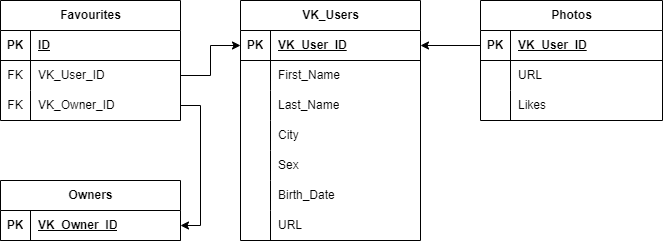
Before: PYnder DB.png, a diagram exported from draw.io (Stimul88/PYnder). Source tidied: cells renumbered, new cells last; positions are measured from the earlier drawing's top-left corner, leaving out a move shared by most shapes.
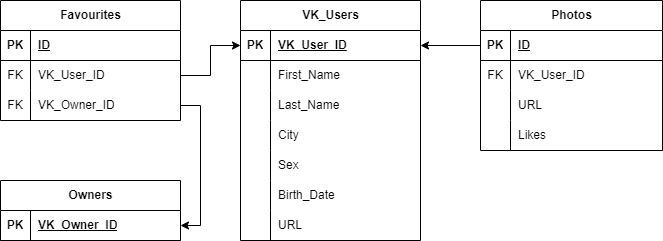
After the commit.

The edit, as a diff of the source:
```diff
@@ -69,7 +69,7 @@
       <mxGeometry x="30" width="150" height="30" as="geometry" />
     </mxCell>
     <mxCell id="24" value="Photos" style="shape=table;startSize=30;rowLines=0;fontStyle=1;align=center;html=1;" parent="1" vertex="1">
-      <mxGeometry x="480" width="182" height="120" as="geometry" />
+      <mxGeometry x="480" width="182" height="150" as="geometry" />
     </mxCell>
     <mxCell id="25" style="shape=tableRow;horizontal=0;startSize=0;swimlaneHead=0;swimlaneBody=0;fillColor=none;points=[[0,0.5],[1,0.5]];portConstraint=eastwest;top=0;left=0;right=0;bottom=1;" parent="24" vertex="1">
       <mxGeometry y="30" width="182" height="30" as="geometry" />
@@ -77,11 +77,20 @@
     <mxCell id="26" value="PK" style="shape=partialRectangle;fillColor=none;top=0;left=0;bottom=0;right=0;fontStyle=1;overflow=hidden;whiteSpace=wrap;html=1;" parent="25" vertex="1">
       <mxGeometry width="30" height="30" as="geometry" />
     </mxCell>
-    <mxCell id="27" value="VK_User_ID" style="shape=partialRectangle;fillColor=none;top=0;left=0;bottom=0;right=0;align=left;spacingLeft=6;fontStyle=5;overflow=hidden;whiteSpace=wrap;html=1;" parent="25" vertex="1">
+    <mxCell id="27" value="ID" style="shape=partialRectangle;fillColor=none;top=0;left=0;bottom=0;right=0;align=left;spacingLeft=6;fontStyle=5;overflow=hidden;whiteSpace=wrap;html=1;" parent="25" vertex="1">
       <mxGeometry x="30" width="152" height="30" as="geometry" />
     </mxCell>
+    <mxCell id="51" style="shape=tableRow;horizontal=0;startSize=0;swimlaneHead=0;swimlaneBody=0;fillColor=none;top=0;left=0;right=0;bottom=0;" parent="24" vertex="1">
+      <mxGeometry y="60" width="182" height="30" as="geometry" />
+    </mxCell>
+    <mxCell id="52" value="FK" style="shape=partialRectangle;fillColor=none;top=0;left=0;bottom=0;right=0;overflow=hidden;whiteSpace=wrap;html=1;" parent="51" vertex="1">
+      <mxGeometry width="30" height="30" as="geometry" />
+    </mxCell>
+    <mxCell id="53" value="VK_User_ID" style="shape=partialRectangle;fillColor=none;top=0;left=0;bottom=0;right=0;align=left;spacingLeft=6;overflow=hidden;whiteSpace=wrap;html=1;" parent="51" vertex="1">
+      <mxGeometry x="30" width="152" height="30" as="geometry" />
+    </mxCell>
     <mxCell id="28" style="shape=tableRow;horizontal=0;startSize=0;swimlaneHead=0;swimlaneBody=0;fillColor=none;top=0;left=0;right=0;bottom=0;" parent="24" vertex="1">
-      <mxGeometry y="60" width="182" height="30" as="geometry" />
+      <mxGeometry y="90" width="182" height="30" as="geometry" />
     </mxCell>
     <mxCell id="29" style="shape=partialRectangle;fillColor=none;top=0;left=0;bottom=0;right=0;overflow=hidden;whiteSpace=wrap;html=1;" parent="28" vertex="1">
       <mxGeometry width="30" height="30" as="geometry" />
@@ -90,7 +99,7 @@
       <mxGeometry x="30" width="152" height="30" as="geometry" />
     </mxCell>
     <mxCell id="31" style="shape=tableRow;horizontal=0;startSize=0;swimlaneHead=0;swimlaneBody=0;fillColor=none;top=0;left=0;right=0;bottom=0;" parent="24" vertex="1">
-      <mxGeometry y="90" width="182" height="30" as="geometry" />
+      <mxGeometry y="120" width="182" height="30" as="geometry" />
     </mxCell>
     <mxCell id="32" style="shape=partialRectangle;fillColor=none;top=0;left=0;bottom=0;right=0;overflow=hidden;whiteSpace=wrap;html=1;" parent="31" vertex="1">
       <mxGeometry width="30" height="30" as="geometry" />
```
